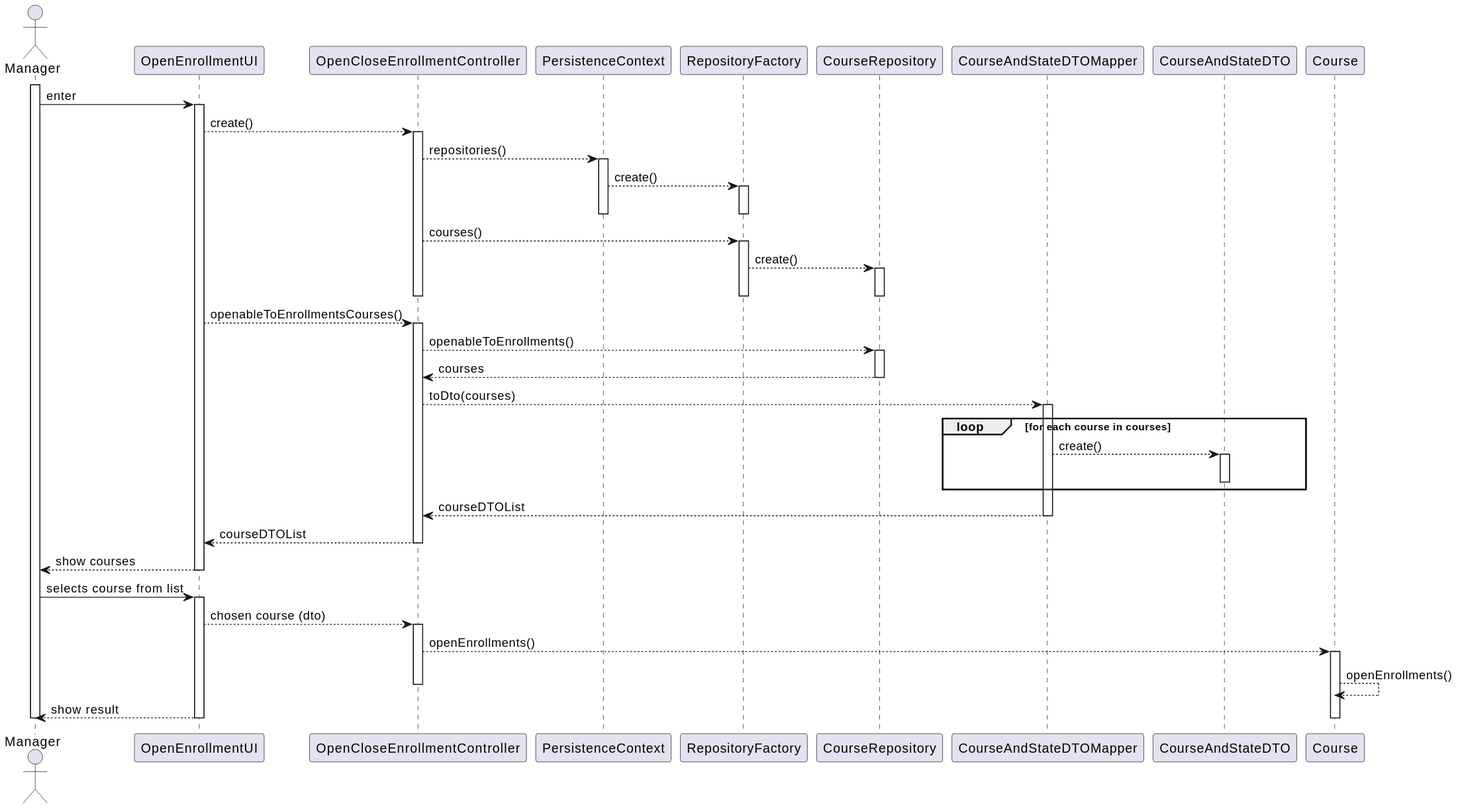
jovami/isep-lapr4 keeps this PlantUML diagram as docs/us_1003/openEnrollmentSD.svg. Above is the earlier version.
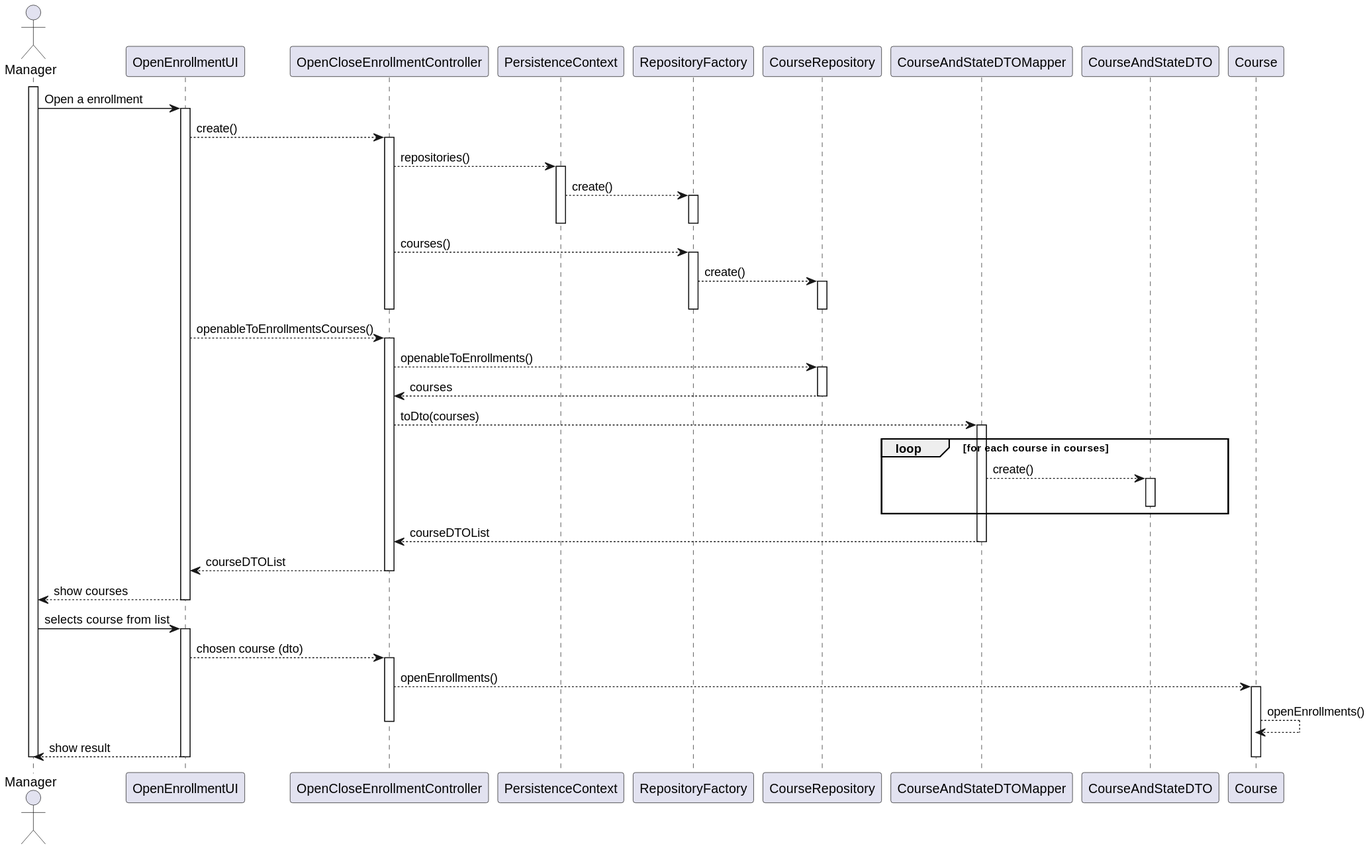
After the change.

What changed in the source:
```diff
@@ -13,7 +13,7 @@
 participant Course as course
 
 activate user
-user -> ui: enter
+user -> ui: Open a enrollment
 
 activate ui
     ui --> ctrl: create()
```
